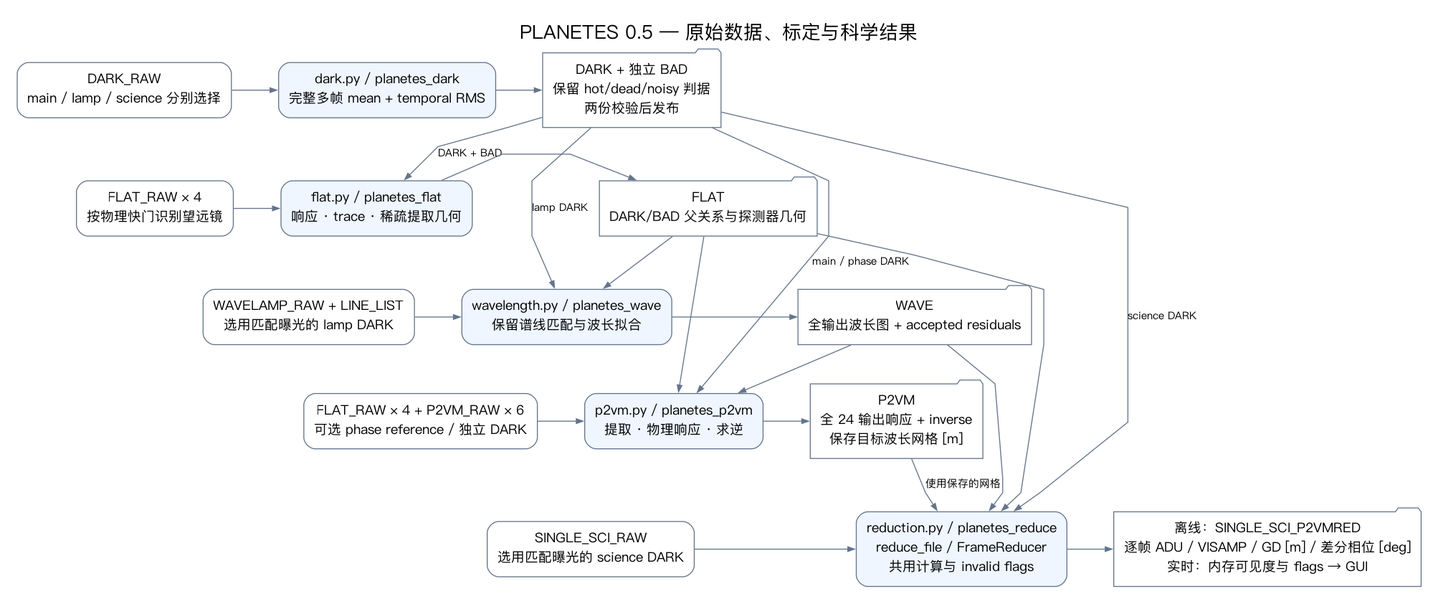
This is docs/dataflow.png from zexwu/planetes_pipe, a Graphviz export, as it was before one commit. Its source is kept beside it as docs/dataflow.dot.
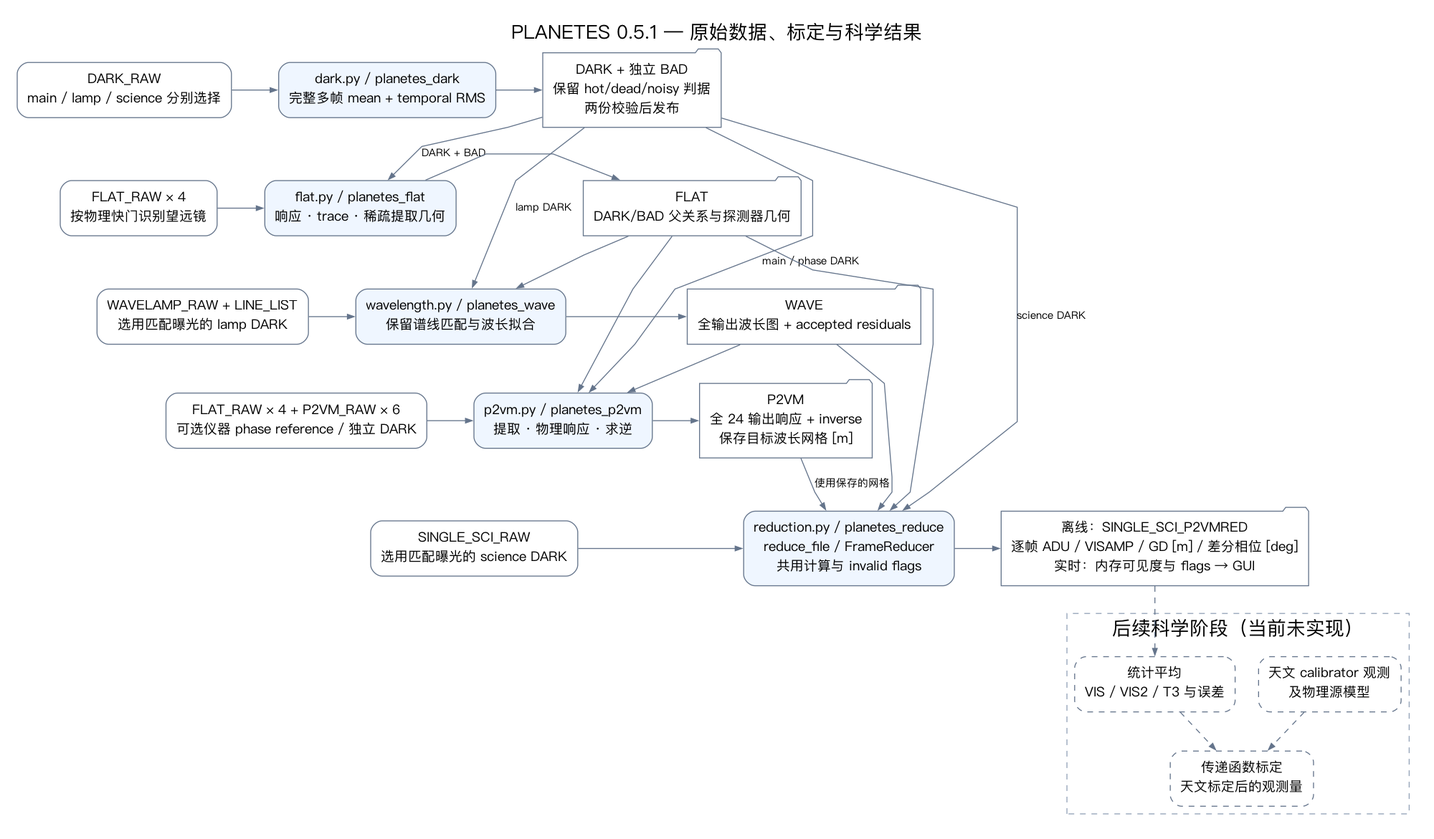
Above is the later version.

Change to the diagram source:
```diff
@@ -1,5 +1,5 @@
 digraph Dataflow {
-  graph [rankdir=TB, bgcolor="white", pad=0.25, nodesep=0.35, ranksep=0.55, splines=polyline, fontname="PingFang SC", fontsize=20, label="PLANETES 0.5 — 原始数据、标定与科学结果", labelloc=t];
+  graph [rankdir=TB, bgcolor="white", pad=0.25, nodesep=0.35, ranksep=0.55, splines=polyline, fontname="PingFang SC", fontsize=20, label="PLANETES 0.5.1 — 原始数据、标定与科学结果", labelloc=t];
   node [shape=box, style="rounded", fontname="PingFang SC", fontsize=14, color="#64748b", margin="0.15,0.12"];
   edge [fontname="PingFang SC", fontsize=11, color="#64748b", arrowsize=0.7];
   rawdark [label="DARK_RAW\nmain / lamp / science 分别选择"];
@@ -11,7 +11,7 @@
   rawwave [label="WAVELAMP_RAW + LINE_LIST\n选用匹配曝光的 lamp DARK"];
   wave [label="wavelength.py / planetes_wave\n保留谱线匹配与波长拟合", style="rounded,filled", fillcolor="#eff6ff"];
   wavefits [label="WAVE\n全输出波长图 + accepted residuals", shape=folder];
-  rawp2vm [label="FLAT_RAW × 4 + P2VM_RAW × 6\n可选 phase reference / 独立 DARK"];
+  rawp2vm [label="FLAT_RAW × 4 + P2VM_RAW × 6\n可选仪器 phase reference / 独立 DARK"];
   p2vm [label="p2vm.py / planetes_p2vm\n提取 · 物理响应 · 求逆", style="rounded,filled", fillcolor="#eff6ff"];
   p2vmfits [label="P2VM\n全 24 输出响应 + inverse\n保存目标波长网格 [m]", shape=folder];
   rawscience [label="SINGLE_SCI_RAW\n选用匹配曝光的 science DARK"];
@@ -37,6 +37,15 @@
   wavefits -> p2vm;
   wavefits -> science;
   p2vmfits -> science [label="使用保存的网格"];
+  subgraph cluster_future {
+    label="后续科学阶段（当前未实现）"; style=dashed; color="#94a3b8";
+    average [label="统计平均\nVIS / VIS2 / T3 与误差", style="rounded,dashed"];
+    calibrator [label="天文 calibrator 观测\n及物理源模型", style="rounded,dashed"];
+    calibrated [label="传递函数标定\n天文标定后的观测量", style="rounded,dashed"];
+    average -> calibrated [style=dashed];
+    calibrator -> calibrated [style=dashed];
+  }
+  results -> average [style=dashed];
   rawdark -> rawflat -> rawwave -> rawp2vm -> rawscience [style=invis];
   dark -> flat -> wave -> p2vm -> science [style=invis];
 }
```
